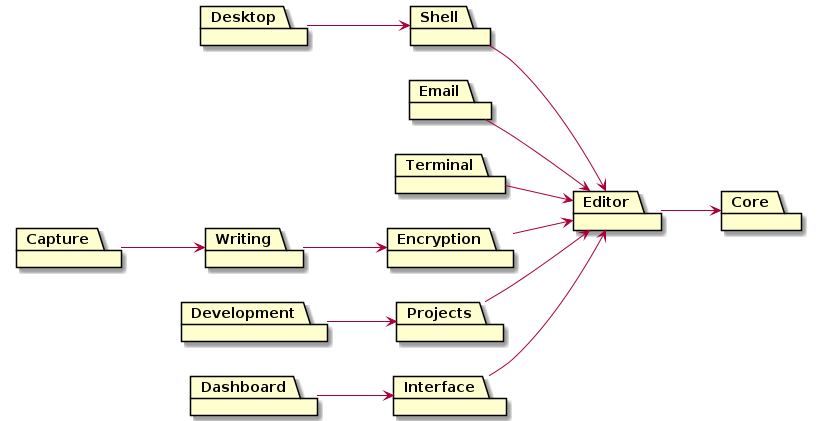
chayward1/dotfiles keeps this PlantUML diagram as docs/images/modules.png. Above is the earlier version. Its diagram source:
```plantuml
@startuml
left to right direction
allowmixing

package Core
package Editor
package Shell
package Email
package Terminal
package Encryption
package Desktop
package Writing
package Capture
package Projects
package Development
package Interface
package Dashboard

Editor --> Core
Shell --> Editor
Email --> Editor
Terminal --> Editor
Encryption --> Editor
Desktop --> Shell
Writing --> Encryption
Capture --> Writing
Projects --> Editor
Development --> Projects
Interface --> Editor
Dashboard --> Interface
@enduml
```
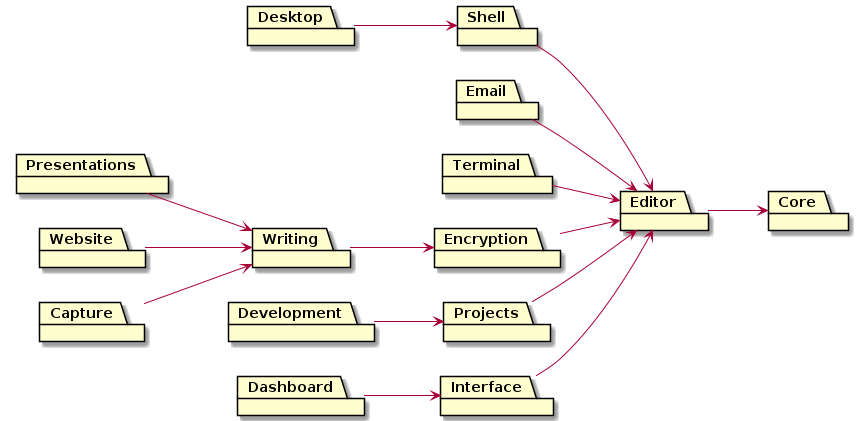
Later version of the same file.

The edit, as a diff of the source:
```diff
@@ -10,6 +10,8 @@
 package Encryption
 package Desktop
 package Writing
+package Presentations
+package Website
 package Capture
 package Projects
 package Development
@@ -17,15 +19,23 @@
 package Dashboard
 
 Editor --> Core
+
 Shell --> Editor
 Email --> Editor
+Projects --> Editor
 Terminal --> Editor
+Interface --> Editor
 Encryption --> Editor
+
 Desktop --> Shell
+
 Writing --> Encryption
+
 Capture --> Writing
-Projects --> Editor
+Website --> Writing
+Presentations --> Writing
+
 Development --> Projects
-Interface --> Editor
+
 Dashboard --> Interface
 @enduml
```
